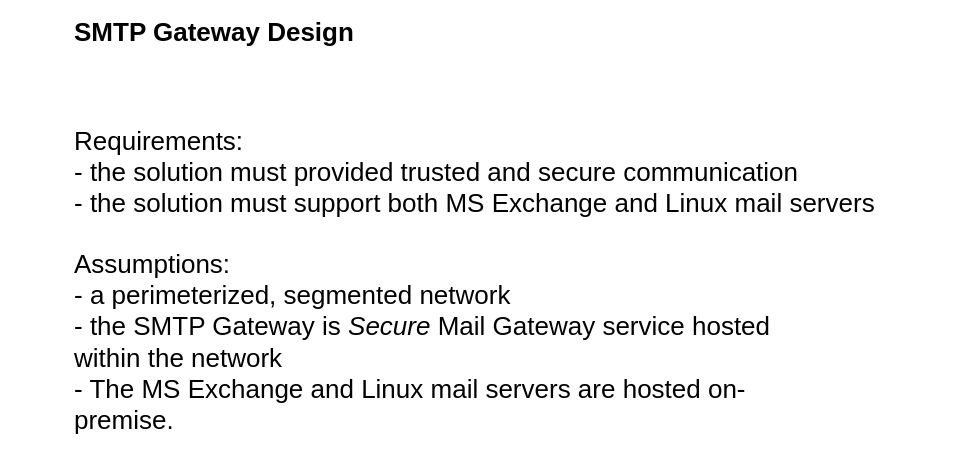
Above: page "SEG Feature considerations" (1 of 4) of Untitled Diagram.drawio in dachachacha/dotfiles (draw.io), before the change. Source tidied: cells renumbered, new cells numbered last; positions are measured from the earlier drawing's top-left corner, leaving out a move shared by most shapes. Both pictures are drawn from the tidied source at 100%, with x=0, y=0 at pixel (72, 17).
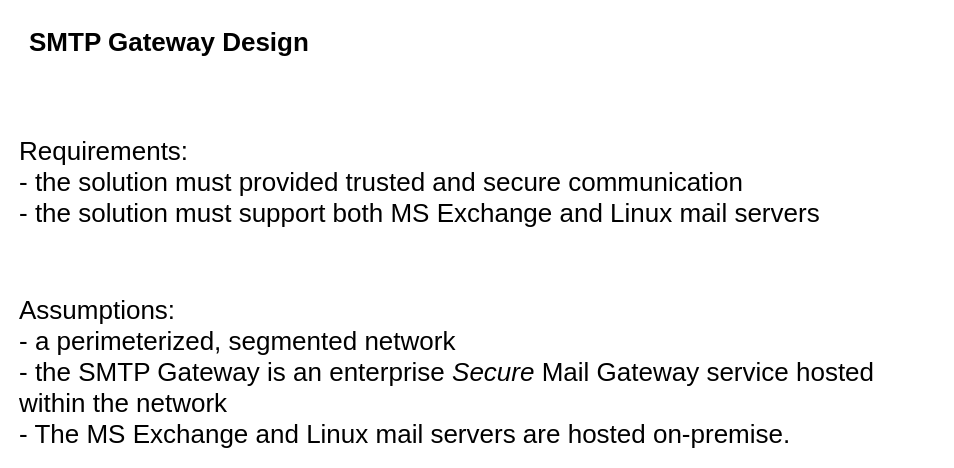
After the change.

The edit, as a diff of the source:
```diff
@@
 <mxGraphModel>
   <root>
     <mxCell id="0" />
     <mxCell id="1" parent="0" />
-    <mxCell id="2" value="Assumptions:&amp;nbsp;&lt;br&gt;&lt;div style=&quot;&quot;&gt;&lt;span style=&quot;background-color: initial;&quot;&gt;-&amp;nbsp;&lt;/span&gt;&lt;span style=&quot;background-color: initial;&quot;&gt;a perimeterized, segmented network&lt;/span&gt;&lt;/div&gt;&lt;div style=&quot;&quot;&gt;&lt;span style=&quot;background-color: initial;&quot;&gt;- the SMTP Gateway is &lt;i&gt;Secure&lt;/i&gt; Mail Gateway service hosted within the network&lt;/span&gt;&lt;/div&gt;&lt;div style=&quot;&quot;&gt;&lt;span style=&quot;background-color: initial;&quot;&gt;- The MS Exchange and Linux mail servers are hosted on-premise.&lt;/span&gt;&lt;/div&gt;" style="text;html=1;strokeColor=none;fillColor=none;align=left;verticalAlign=middle;whiteSpace=wrap;rounded=0;fontSize=26;" parent="1" vertex="1">
-      <mxGeometry y="310" width="770" height="30" as="geometry" />
+    <mxCell id="2" value="Assumptions:&amp;nbsp;&lt;br&gt;&lt;div style=&quot;&quot;&gt;&lt;span style=&quot;background-color: initial;&quot;&gt;-&amp;nbsp;&lt;/span&gt;&lt;span style=&quot;background-color: initial;&quot;&gt;a perimeterized, segmented network&lt;/span&gt;&lt;/div&gt;&lt;div style=&quot;&quot;&gt;&lt;span style=&quot;background-color: initial;&quot;&gt;- the SMTP Gateway is an enterprise&amp;nbsp;&lt;i&gt;Secure&lt;/i&gt; Mail Gateway service hosted within the network&lt;/span&gt;&lt;/div&gt;&lt;div style=&quot;&quot;&gt;&lt;span style=&quot;background-color: initial;&quot;&gt;- The MS Exchange and Linux mail servers are hosted on-premise.&lt;/span&gt;&lt;/div&gt;" style="text;html=1;strokeColor=none;fillColor=none;align=left;verticalAlign=middle;whiteSpace=wrap;rounded=0;fontSize=26;" parent="1" vertex="1">
+      <mxGeometry x="-55" y="340" width="920" height="30" as="geometry" />
     </mxCell>
     <mxCell id="3" value="Requirements:&amp;nbsp;&lt;br&gt;&lt;div style=&quot;&quot;&gt;&lt;span style=&quot;background-color: initial;&quot;&gt;- the solution must provided trusted and secure communication&lt;/span&gt;&lt;/div&gt;&lt;div style=&quot;&quot;&gt;&lt;span style=&quot;background-color: initial;&quot;&gt;- the solution must support both MS Exchange and Linux mail servers&lt;/span&gt;&lt;/div&gt;" style="text;html=1;strokeColor=none;fillColor=none;align=left;verticalAlign=middle;whiteSpace=wrap;rounded=0;fontSize=26;" parent="1" vertex="1">
-      <mxGeometry y="140" width="830" height="30" as="geometry" />
+      <mxGeometry x="-55" y="150" width="830" height="30" as="geometry" />
     </mxCell>
     <mxCell id="4" value="SMTP Gateway Design" style="text;html=1;strokeColor=none;fillColor=none;align=left;verticalAlign=middle;whiteSpace=wrap;rounded=0;fontSize=26;fontStyle=1;" parent="1" vertex="1">
-      <mxGeometry width="385" height="30" as="geometry" />
+      <mxGeometry x="-45" y="10" width="385" height="30" as="geometry" />
     </mxCell>
   </root>
 </mxGraphModel>
```
